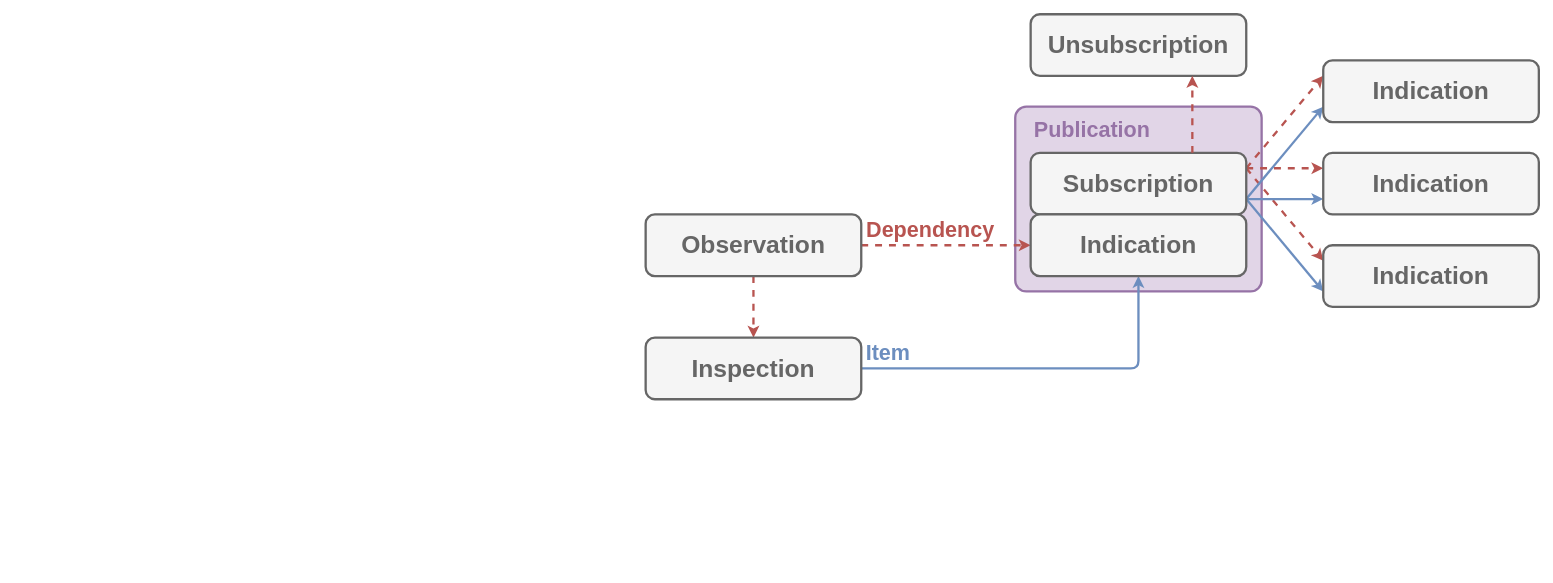
Earlier version of the draw.io diagram Documentation/Resources/Elucidation.drawio (do-i-know-it/YggdrAshill.Heimdallr). Source tidied: cells renumbered, new cells numbered last; positions are measured from the earlier drawing's top-left corner, leaving out a move shared by most shapes. Both pictures are drawn from the tidied source at 77%, with x=0, y=0 at pixel (645, 14).
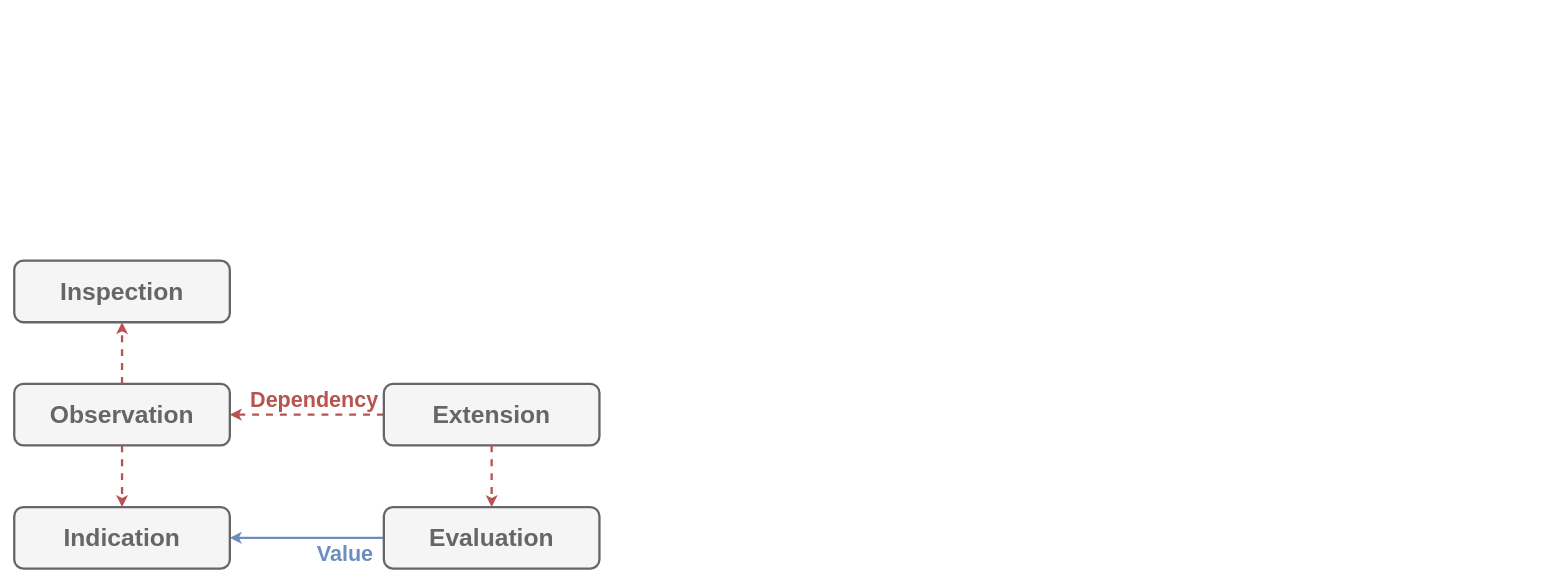
The same diagram, later.

Change to the diagram source:
```diff
@@
-    <mxCell id="2" style="rounded=1;whiteSpace=wrap;html=1;arcSize=6;strokeWidth=3;fillColor=#e1d5e7;strokeColor=#9673A6;" parent="1" vertex="1">
-      <mxGeometry x="480" y="120" width="320" height="240" as="geometry" />
-    </mxCell>
-    <mxCell id="3" value="&lt;b&gt;&lt;font style=&quot;font-size: 28px&quot; color=&quot;#9673a6&quot;&gt;Publication&lt;/font&gt;&lt;/b&gt;" style="text;html=1;align=center;verticalAlign=middle;whiteSpace=wrap;rounded=0;" parent="1" vertex="1">
-      <mxGeometry x="480" y="130" width="200" height="40" as="geometry" />
-    </mxCell>
-    <mxCell id="4" style="endArrow=classic;html=1;exitX=1;exitY=0.25;exitDx=0;exitDy=0;entryX=0;entryY=0.25;entryDx=0;entryDy=0;fillColor=#f8cecc;strokeColor=#b85450;strokeWidth=3;dashed=1;" parent="1" edge="1" source="15" target="17">
-      <mxGeometry relative="1" as="geometry" />
-    </mxCell>
-    <mxCell id="5" style="endArrow=classic;html=1;exitX=1;exitY=0.25;exitDx=0;exitDy=0;entryX=0;entryY=0.25;entryDx=0;entryDy=0;fillColor=#f8cecc;strokeColor=#b85450;strokeWidth=3;dashed=1;" parent="1" edge="1" source="15" target="16">
-      <mxGeometry relative="1" as="geometry" />
-    </mxCell>
-    <mxCell id="6" style="endArrow=classic;html=1;exitX=1;exitY=0.25;exitDx=0;exitDy=0;entryX=0;entryY=0.25;entryDx=0;entryDy=0;fillColor=#f8cecc;strokeColor=#b85450;strokeWidth=3;dashed=1;" parent="1" edge="1" source="15" target="18">
-      <mxGeometry relative="1" as="geometry" />
-    </mxCell>
-    <mxCell id="7" style="endArrow=classic;html=1;exitX=1;exitY=0.75;exitDx=0;exitDy=0;entryX=0;entryY=0.75;entryDx=0;entryDy=0;strokeWidth=3;fillColor=#dae8fc;strokeColor=#6c8ebf;" parent="1" edge="1" source="15" target="18">
-      <mxGeometry relative="1" as="geometry" />
-    </mxCell>
-    <mxCell id="8" style="endArrow=classic;html=1;exitX=1;exitY=0.75;exitDx=0;exitDy=0;entryX=0;entryY=0.75;entryDx=0;entryDy=0;strokeWidth=3;fillColor=#dae8fc;strokeColor=#6c8ebf;" parent="1" edge="1" source="15" target="16">
-      <mxGeometry relative="1" as="geometry" />
-    </mxCell>
-    <mxCell id="9" style="endArrow=classic;html=1;exitX=1;exitY=0.75;exitDx=0;exitDy=0;entryX=0;entryY=0.75;entryDx=0;entryDy=0;strokeWidth=3;fillColor=#dae8fc;strokeColor=#6c8ebf;" parent="1" edge="1" source="15" target="17">
-      <mxGeometry relative="1" as="geometry" />
-    </mxCell>
-    <mxCell id="10" style="endArrow=classic;html=1;exitX=1;exitY=0.5;exitDx=0;exitDy=0;entryX=0;entryY=0.5;entryDx=0;entryDy=0;fillColor=#f8cecc;strokeColor=#b85450;strokeWidth=3;dashed=1;" parent="1" edge="1" source="19" target="20">
+    <mxCell id="10" style="endArrow=classic;html=1;entryX=1;entryY=0.5;entryDx=0;entryDy=0;fillColor=#f8cecc;strokeColor=#b85450;strokeWidth=3;dashed=1;exitX=0;exitY=0.5;exitDx=0;exitDy=0;" parent="1" edge="1" source="26" target="19">
       <mxGeometry relative="1" as="geometry" />
     </mxCell>
-    <mxCell id="11" style="endArrow=classic;html=1;strokeWidth=3;fillColor=#dae8fc;strokeColor=#6c8ebf;elbow=vertical;exitX=1;exitY=0.5;exitDx=0;exitDy=0;edgeStyle=orthogonalEdgeStyle;" parent="1" edge="1" source="21" target="20">
+    <mxCell id="11" style="endArrow=classic;html=1;strokeWidth=3;fillColor=#dae8fc;strokeColor=#6c8ebf;elbow=vertical;exitX=0;exitY=0.5;exitDx=0;exitDy=0;entryX=1;entryY=0.5;entryDx=0;entryDy=0;" parent="1" edge="1" source="25" target="24">
       <mxGeometry relative="1" as="geometry" />
     </mxCell>
     <mxCell id="12" value="&lt;b&gt;&lt;font style=&quot;font-size: 28px&quot; color=&quot;#b85450&quot;&gt;Dependency&lt;/font&gt;&lt;/b&gt;" style="text;html=1;align=center;verticalAlign=middle;whiteSpace=wrap;rounded=0;" parent="1" vertex="1">
-      <mxGeometry x="280" y="260" width="180" height="40" as="geometry" />
+      <mxGeometry x="-520" y="480" width="180" height="40" as="geometry" />
     </mxCell>
-    <mxCell id="13" value="&lt;b&gt;&lt;font style=&quot;font-size: 28px&quot; color=&quot;#6c8ebf&quot;&gt;Item&lt;/font&gt;&lt;/b&gt;" style="text;html=1;align=center;verticalAlign=middle;whiteSpace=wrap;rounded=0;" parent="1" vertex="1">
-      <mxGeometry x="280" y="420" width="70" height="40" as="geometry" />
+    <mxCell id="13" value="&lt;b&gt;&lt;font style=&quot;font-size: 28px&quot; color=&quot;#6c8ebf&quot;&gt;Value&lt;/font&gt;&lt;/b&gt;" style="text;html=1;align=center;verticalAlign=middle;whiteSpace=wrap;rounded=0;" parent="1" vertex="1">
+      <mxGeometry x="-440" y="680" width="100" height="40" as="geometry" />
     </mxCell>
+    <mxCell id="19" value="&lt;font style=&quot;font-size: 32px&quot; color=&quot;#666666&quot;&gt;&lt;b&gt;Observation&lt;/b&gt;&lt;/font&gt;" style="rounded=1;whiteSpace=wrap;html=1;fillColor=#f5f5f5;strokeColor=#666666;strokeWidth=3;fontColor=#333333;" parent="1" vertex="1">
+      <mxGeometry x="-820" y="480" width="280" height="80" as="geometry" />
+    </mxCell>
+    <mxCell id="21" value="&lt;font style=&quot;font-size: 32px&quot; color=&quot;#666666&quot;&gt;&lt;b&gt;Inspection&lt;/b&gt;&lt;/font&gt;" style="rounded=1;whiteSpace=wrap;html=1;fillColor=#f5f5f5;strokeColor=#666666;strokeWidth=3;fontColor=#333333;" parent="1" vertex="1">
+      <mxGeometry x="-820" y="320" width="280" height="80" as="geometry" />
+    </mxCell>
+    <mxCell id="24" value="&lt;b style=&quot;color: rgb(102 , 102 , 102) ; font-size: 32px&quot;&gt;Indication&lt;/b&gt;" style="rounded=1;whiteSpace=wrap;html=1;fillColor=#f5f5f5;strokeColor=#666666;strokeWidth=3;fontColor=#333333;" parent="1" vertex="1">
+      <mxGeometry x="-820" y="640" width="280" height="80" as="geometry" />
+    </mxCell>
+    <mxCell id="25" value="&lt;b style=&quot;color: rgb(102 , 102 , 102) ; font-size: 32px&quot;&gt;Evaluation&lt;/b&gt;" style="rounded=1;whiteSpace=wrap;html=1;fillColor=#f5f5f5;strokeColor=#666666;strokeWidth=3;fontColor=#333333;" parent="1" vertex="1">
+      <mxGeometry x="-340" y="640" width="280" height="80" as="geometry" />
+    </mxCell>
+    <mxCell id="26" value="&lt;b style=&quot;color: rgb(102 , 102 , 102) ; font-size: 32px&quot;&gt;Extension&lt;/b&gt;" style="rounded=1;whiteSpace=wrap;html=1;fillColor=#f5f5f5;strokeColor=#666666;strokeWidth=3;fontColor=#333333;" parent="1" vertex="1">
+      <mxGeometry x="-340" y="480" width="280" height="80" as="geometry" />
+    </mxCell>
-    <mxCell id="14" style="endArrow=classic;html=1;exitX=0.5;exitY=1;exitDx=0;exitDy=0;entryX=0.5;entryY=0;entryDx=0;entryDy=0;fillColor=#f8cecc;strokeColor=#b85450;strokeWidth=3;dashed=1;" parent="1" edge="1" source="19" target="21">
+    <mxCell id="14" style="endArrow=classic;html=1;entryX=0.5;entryY=1;entryDx=0;entryDy=0;fillColor=#f8cecc;strokeColor=#b85450;strokeWidth=3;dashed=1;" parent="1" edge="1" source="19" target="21">
       <mxGeometry relative="1" as="geometry" />
     </mxCell>
-    <mxCell id="15" value="&lt;font style=&quot;font-size: 32px&quot; color=&quot;#666666&quot;&gt;&lt;b&gt;Subscription&lt;/b&gt;&lt;/font&gt;" style="rounded=1;whiteSpace=wrap;html=1;strokeWidth=3;fillColor=#f5f5f5;strokeColor=#666666;fontColor=#333333;" parent="1" vertex="1">
-      <mxGeometry x="500" y="180" width="280" height="80" as="geometry" />
-    </mxCell>
-    <mxCell id="16" value="&lt;b style=&quot;color: rgb(102 , 102 , 102) ; font-size: 32px&quot;&gt;Indication&lt;/b&gt;" style="rounded=1;whiteSpace=wrap;html=1;fillColor=#f5f5f5;strokeColor=#666666;strokeWidth=3;fontColor=#333333;" parent="1" vertex="1">
-      <mxGeometry x="880" y="60" width="280" height="80" as="geometry" />
-    </mxCell>
-    <mxCell id="17" value="&lt;b style=&quot;color: rgb(102 , 102 , 102) ; font-size: 32px&quot;&gt;Indication&lt;/b&gt;" style="rounded=1;whiteSpace=wrap;html=1;fillColor=#f5f5f5;strokeColor=#666666;strokeWidth=3;fontColor=#333333;" parent="1" vertex="1">
-      <mxGeometry x="880" y="300" width="280" height="80" as="geometry" />
-    </mxCell>
-    <mxCell id="18" value="&lt;b style=&quot;color: rgb(102 , 102 , 102) ; font-size: 32px&quot;&gt;Indication&lt;/b&gt;" style="rounded=1;whiteSpace=wrap;html=1;fillColor=#f5f5f5;strokeColor=#666666;strokeWidth=3;fontColor=#333333;" parent="1" vertex="1">
-      <mxGeometry x="880" y="180" width="280" height="80" as="geometry" />
-    </mxCell>
-    <mxCell id="19" value="&lt;font style=&quot;font-size: 32px&quot; color=&quot;#666666&quot;&gt;&lt;b&gt;Observation&lt;/b&gt;&lt;/font&gt;" style="rounded=1;whiteSpace=wrap;html=1;fillColor=#f5f5f5;strokeColor=#666666;strokeWidth=3;fontColor=#333333;" parent="1" vertex="1">
-      <mxGeometry y="260" width="280" height="80" as="geometry" />
-    </mxCell>
-    <mxCell id="20" value="&lt;font style=&quot;font-size: 32px&quot; color=&quot;#666666&quot;&gt;&lt;b&gt;Indication&lt;/b&gt;&lt;/font&gt;" style="rounded=1;whiteSpace=wrap;html=1;fillColor=#f5f5f5;strokeColor=#666666;strokeWidth=3;fontColor=#333333;" parent="1" vertex="1">
-      <mxGeometry x="500" y="260" width="280" height="80" as="geometry" />
-    </mxCell>
-    <mxCell id="21" value="&lt;font style=&quot;font-size: 32px&quot; color=&quot;#666666&quot;&gt;&lt;b&gt;Inspection&lt;/b&gt;&lt;/font&gt;" style="rounded=1;whiteSpace=wrap;html=1;fillColor=#f5f5f5;strokeColor=#666666;strokeWidth=3;fontColor=#333333;" parent="1" vertex="1">
-      <mxGeometry y="420" width="280" height="80" as="geometry" />
-    </mxCell>
-    <mxCell id="22" value="&lt;font style=&quot;font-size: 32px&quot; color=&quot;#666666&quot;&gt;&lt;b&gt;Unsubscription&lt;/b&gt;&lt;/font&gt;" style="rounded=1;whiteSpace=wrap;html=1;fillColor=#f5f5f5;strokeColor=#666666;strokeWidth=3;fontColor=#333333;" parent="1" vertex="1">
-      <mxGeometry x="500" width="280" height="80" as="geometry" />
-    </mxCell>
-    <mxCell id="23" style="endArrow=classic;html=1;exitX=0.75;exitY=0;exitDx=0;exitDy=0;entryX=0.75;entryY=1;entryDx=0;entryDy=0;fillColor=#f8cecc;strokeColor=#b85450;strokeWidth=3;dashed=1;" parent="1" edge="1" source="15" target="22">
-      <mxGeometry relative="1" as="geometry" />
-    </mxCell>
+    <mxCell id="27" style="endArrow=classic;html=1;entryX=0.5;entryY=0;entryDx=0;entryDy=0;fillColor=#f8cecc;strokeColor=#b85450;strokeWidth=3;dashed=1;" parent="1" edge="1" source="19" target="24">
+      <mxGeometry relative="1" as="geometry" />
+    </mxCell>
+    <mxCell id="28" style="endArrow=classic;html=1;exitX=0.5;exitY=1;exitDx=0;exitDy=0;fillColor=#f8cecc;strokeColor=#b85450;strokeWidth=3;dashed=1;" parent="1" edge="1" source="26" target="25">
+      <mxGeometry relative="1" as="geometry" />
+    </mxCell>
```
